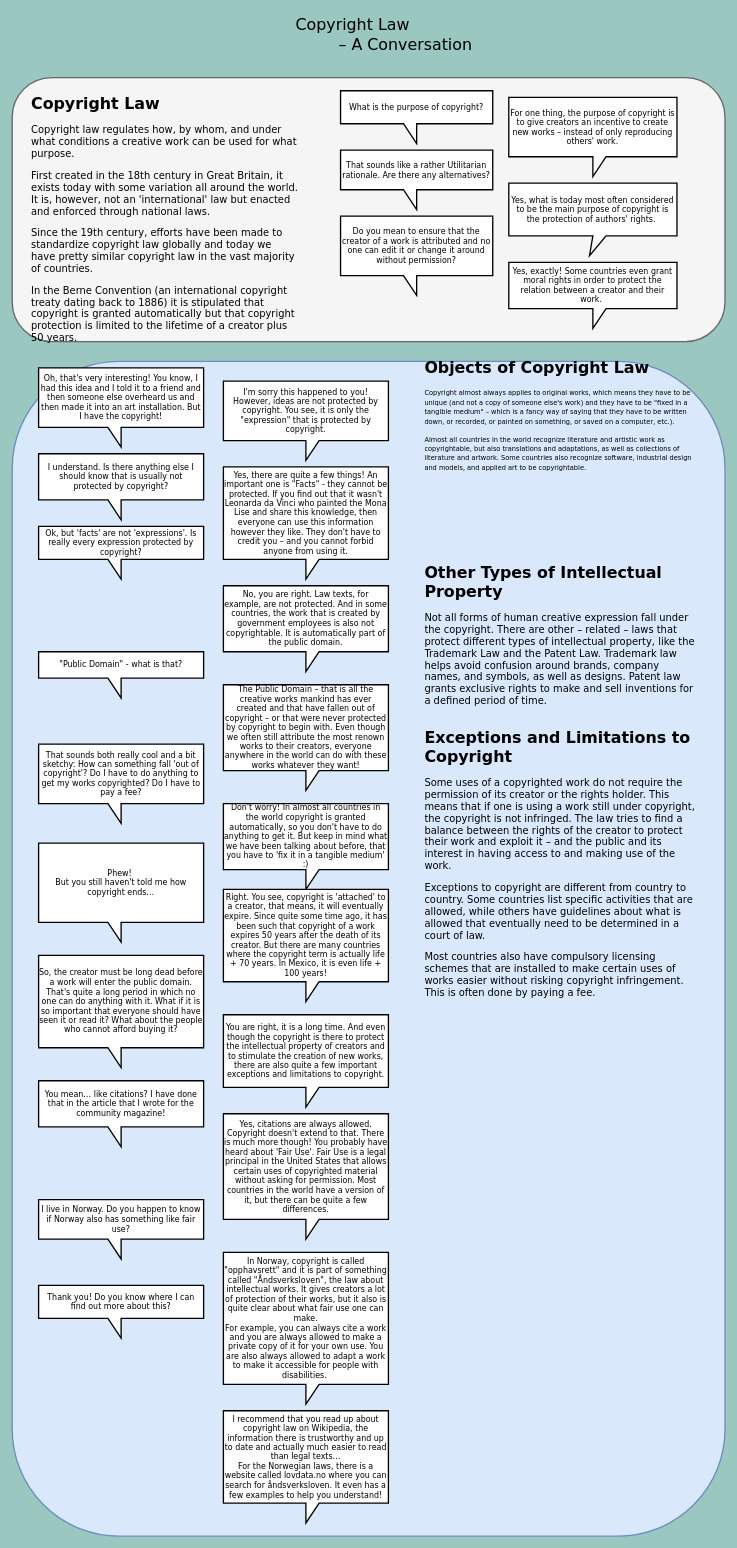
This is copyright_conceptmap.drawio from arockenberger/cc-c_coursework, a draw.io file, before an edit. Source tidied: cells renumbered, new cells numbered last; positions are measured from the earlier drawing's top-left corner, leaving out a move shared by most shapes. Both pictures are drawn from the tidied source at 66%, with x=0, y=0 at pixel (12, 11).
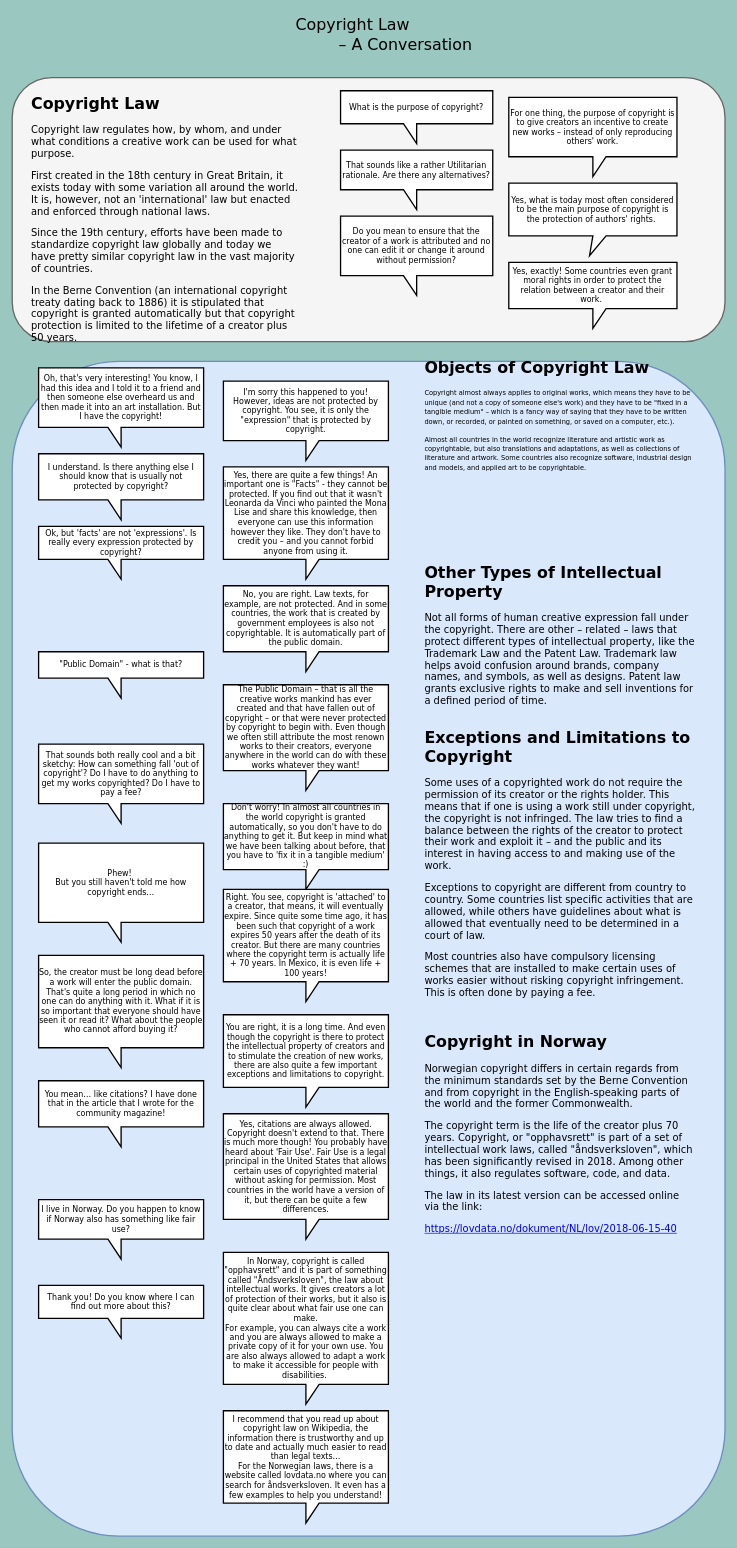
The same diagram, later.

Commit message:
Added info ab Norwegian copyright

Diff of the diagram source:
```diff
@@
+    <mxCell id="37" value="&lt;h1&gt;Copyright in Norway&lt;/h1&gt;&lt;p style=&quot;font-size: 15px&quot;&gt;Norwegian copyright differs in certain regards from the minimum standards set by the Berne Convention and from copyright in the English-speaking parts of the world and the former Commonwealth.&lt;/p&gt;&lt;p style=&quot;font-size: 15px&quot;&gt;The copyright term is the life of the creator plus 70 years. Copyright, or &quot;opphavsrett&quot; is part of a set of intellectual work laws, called &quot;åndsverksloven&quot;, which has been significantly revised in 2018. Among other things, it also regulates software, code, and data.&lt;/p&gt;&lt;p style=&quot;font-size: 15px&quot;&gt;The law in its latest version can be accessed online via the link:&lt;/p&gt;&lt;a href=&quot;https://lovdata.no/dokument/NL/lov/2018-06-15-40&quot;&gt;&lt;font style=&quot;font-size: 15px&quot;&gt;https://lovdata.no/dokument/NL/lov/2018-06-15-40&lt;/font&gt;&lt;/a&gt;" style="text;html=1;strokeColor=none;fillColor=none;spacing=5;spacingTop=-20;whiteSpace=wrap;overflow=hidden;rounded=0;fontFamily=Verdana;fontSize=12;" parent="1" vertex="1">
+      <mxGeometry x="620" y="1542" width="420" height="640" as="geometry" />
+    </mxCell>
```
